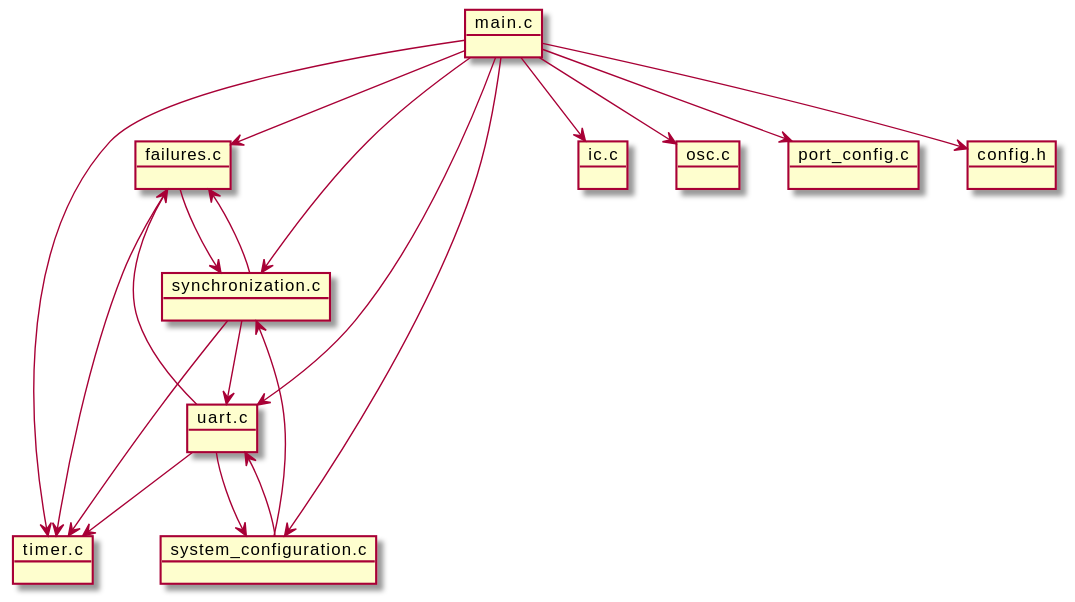
Above: Nouveau PIR/docs/dependency-graphs/dependency_graph_global.svg in hmathieu31/JammerBox-System (PlantUML), before the change. Source of this version:
```plantuml
@startuml
object main.c
object failures.c
object ic.c
object osc.c
object port_config.c
object synchronization.c
object system_configuration.c
object timer.c
object uart.c
object config.h

main.c --> config.h
main.c --> osc.c
main.c --> timer.c
main.c --> ic.c
main.c --> uart.c
main.c --> port_config.c
main.c --> system_configuration.c
main.c --> synchronization.c
main.c --> failures.c

failures.c --> timer.c
failures.c --> synchronization.c

synchronization.c --> timer.c
synchronization.c --> uart.c
synchronization.c --> failures.c

system_configuration.c --> synchronization.c
system_configuration.c --> uart.c

uart.c --> system_configuration.c
uart.c --> failures.c
uart.c --> timer.c
@enduml
```
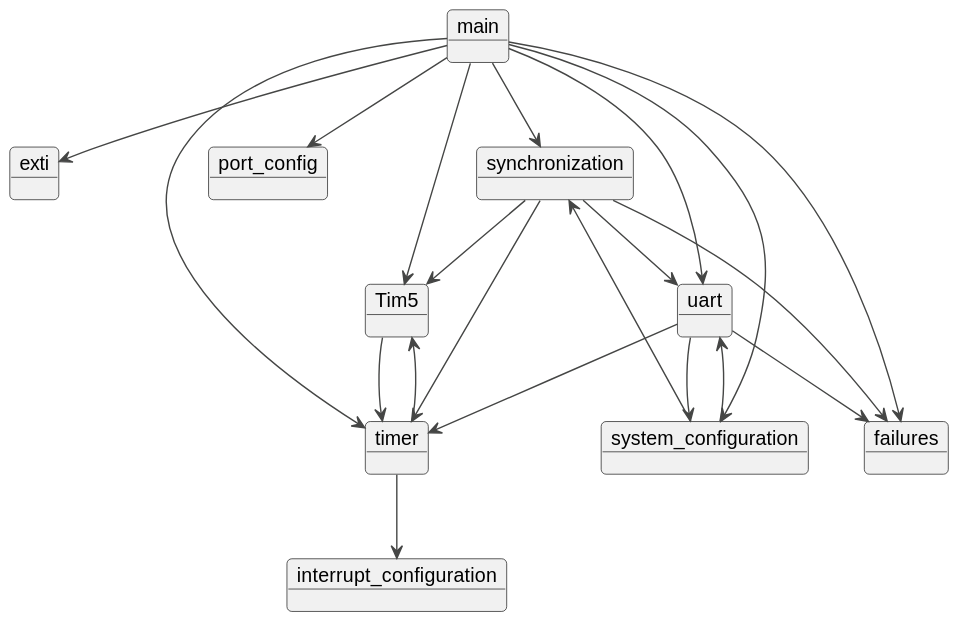
After the change.

Commit message:
📝 Update dependency graphs

What changed in the source:
```diff
@@ -1,36 +1,41 @@
 @startuml
-object main.c
-object failures.c
-object ic.c
-object osc.c
-object port_config.c
-object synchronization.c
-object system_configuration.c
-object timer.c
-object uart.c
-object config.h
+!theme toy
+skinparam backgroundColor #ffffff
 
-main.c --> config.h
-main.c --> osc.c
-main.c --> timer.c
-main.c --> ic.c
-main.c --> uart.c
-main.c --> port_config.c
-main.c --> system_configuration.c
-main.c --> synchronization.c
-main.c --> failures.c
+object main
+object exti
+object failures
+object interrupt_configuration
+object port_config
+object synchronization
+object system_configuration
+object Tim5
+object timer
+object uart
 
-failures.c --> timer.c
-failures.c --> synchronization.c
+main --> failures
+main --> exti
+main --> port_config
+main --> synchronization
+main --> system_configuration
+main --> timer
+main --> uart
+main --> Tim5
 
-synchronization.c --> timer.c
-synchronization.c --> uart.c
-synchronization.c --> failures.c
+synchronization --> timer
+synchronization --> uart
+synchronization --> failures
+synchronization --> Tim5
 
-system_configuration.c --> synchronization.c
-system_configuration.c --> uart.c
+system_configuration --> synchronization
+system_configuration --> uart
 
-uart.c --> system_configuration.c
-uart.c --> failures.c
-uart.c --> timer.c
+Tim5 --> timer
+
+timer --> Tim5
+timer --> interrupt_configuration
+
+uart --> system_configuration
+uart --> failures
+uart --> timer
 @enduml
```
